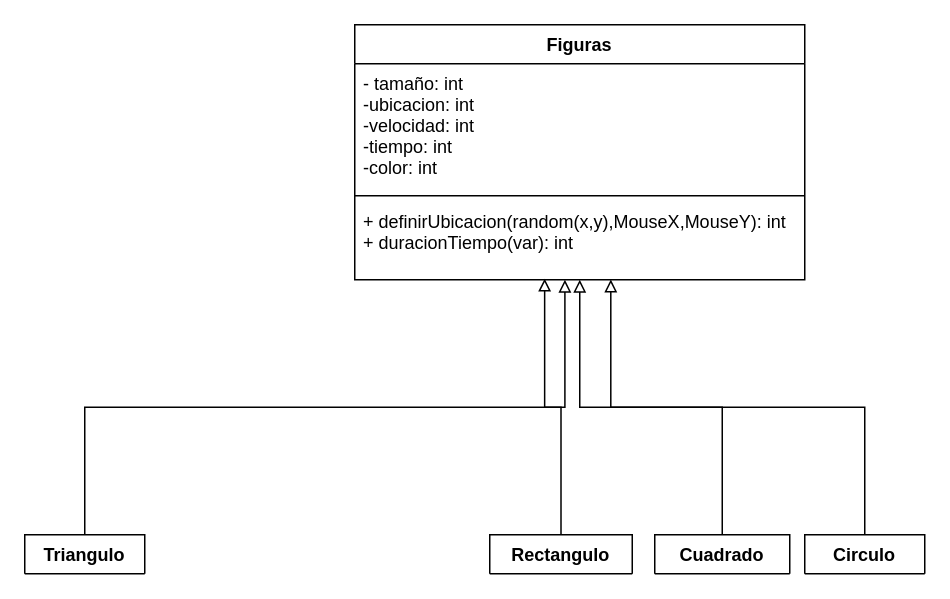
This is Untitled Diagram.drawio from 110318/Visual-Studio, a draw.io file, before an edit. Source tidied: cells renumbered, new cells numbered last; positions are measured from the earlier drawing's top-left corner, leaving out a move shared by most shapes. Both pictures are drawn from the tidied source at 150%, with x=0, y=0 at pixel (24, 24).
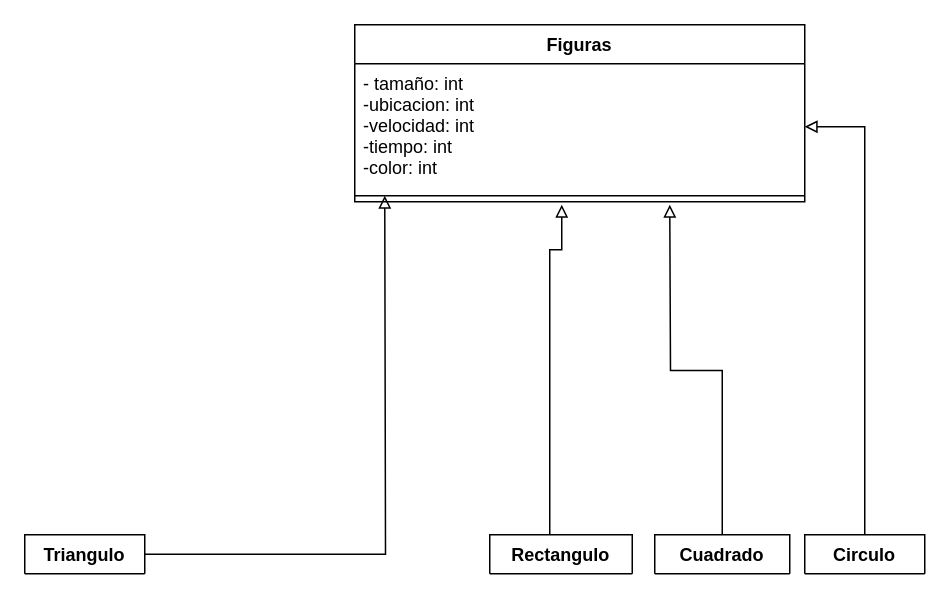
The same page after the edit.

Commit message:
UML Taller 2021-2

Diff of the diagram source:
```diff
@@
 <mxGraphModel>
   <root>
     <mxCell id="0" />
     <mxCell id="1" parent="0" />
     <mxCell id="2" value="Figuras" style="swimlane;fontStyle=1;align=center;verticalAlign=top;horizontal=1;startSize=26;" parent="1" vertex="1">
-      <mxGeometry x="220" width="300" height="170" as="geometry" />
+      <mxGeometry x="220" width="300" height="118" as="geometry" />
     </mxCell>
     <mxCell id="3" value="- tamaño: int&#10;-ubicacion: int&#10;-velocidad: int&#10;-tiempo: int&#10;-color: int " style="text;strokeColor=none;fillColor=none;align=left;verticalAlign=top;spacingLeft=4;spacingRight=4;overflow=hidden;points=[[0,0.5],[1,0.5]];portConstraint=eastwest;" parent="2" vertex="1">
       <mxGeometry y="26" width="300" height="84" as="geometry" />
     </mxCell>
     <mxCell id="4" style="line;strokeWidth=1;fillColor=none;align=left;verticalAlign=middle;spacingTop=-1;spacingLeft=3;spacingRight=3;labelPosition=right;" parent="2" vertex="1">
       <mxGeometry y="110" width="300" height="8" as="geometry" />
     </mxCell>
-    <mxCell id="5" value="+ definirUbicacion(random(x,y),MouseX,MouseY): int&#10;+ duracionTiempo(var): int&#10;" style="text;strokeColor=none;fillColor=none;align=left;verticalAlign=top;spacingLeft=4;spacingRight=4;overflow=hidden;points=[[0,0.5],[1,0.5]];portConstraint=eastwest;" parent="2" vertex="1">
-      <mxGeometry y="118" width="300" height="52" as="geometry" />
-    </mxCell>
-    <mxCell id="6" style="edgeStyle=orthogonalEdgeStyle;rounded=0;jettySize=auto;html=1;entryX=0.569;entryY=0.997;entryDx=0;entryDy=0;entryPerimeter=0;endArrow=block;endFill=0;" parent="1" edge="1" source="7" target="5">
-      <mxGeometry relative="1" as="geometry" />
-    </mxCell>
+    <mxCell id="14" style="edgeStyle=orthogonalEdgeStyle;rounded=0;jettySize=auto;html=1;endArrow=block;endFill=0;" parent="1" edge="1" source="7" target="3">
+      <mxGeometry relative="1" as="geometry" />
+    </mxCell>
     <mxCell id="7" value="Circulo" style="swimlane;fontStyle=1;align=center;verticalAlign=top;horizontal=1;startSize=26;" parent="1" vertex="1" collapsed="1">
       <mxGeometry x="520" y="340" width="80" height="26" as="geometry" />
     </mxCell>
-    <mxCell id="8" style="edgeStyle=orthogonalEdgeStyle;rounded=0;jettySize=auto;html=1;entryX=0.5;entryY=1;entryDx=0;entryDy=0;entryPerimeter=0;endArrow=block;endFill=0;" parent="1" edge="1" source="9" target="5">
-      <mxGeometry relative="1" as="geometry" />
-    </mxCell>
+    <mxCell id="15" style="edgeStyle=orthogonalEdgeStyle;rounded=0;jettySize=auto;html=1;endArrow=block;endFill=0;" parent="1" edge="1" source="9">
+      <mxGeometry relative="1" as="geometry">
+        <mxPoint x="430" y="120" as="targetPoint" />
+      </mxGeometry>
+    </mxCell>
     <mxCell id="9" value="Cuadrado" style="swimlane;fontStyle=1;align=center;verticalAlign=top;horizontal=1;startSize=26;" parent="1" vertex="1" collapsed="1">
       <mxGeometry x="420" y="340" width="90" height="26" as="geometry" />
     </mxCell>
-    <mxCell id="10" style="edgeStyle=orthogonalEdgeStyle;rounded=0;jettySize=auto;html=1;entryX=0.467;entryY=1;entryDx=0;entryDy=0;entryPerimeter=0;endArrow=block;endFill=0;" parent="1" edge="1" source="11" target="5">
-      <mxGeometry relative="1" as="geometry" />
+    <mxCell id="10" style="edgeStyle=orthogonalEdgeStyle;rounded=0;jettySize=auto;html=1;endArrow=block;endFill=0;" parent="1" edge="1" source="11">
+      <mxGeometry relative="1" as="geometry">
+        <mxPoint x="240" y="114" as="targetPoint" />
+      </mxGeometry>
     </mxCell>
     <mxCell id="11" value="Triangulo" style="swimlane;fontStyle=1;align=center;verticalAlign=top;horizontal=1;startSize=26;" parent="1" vertex="1" collapsed="1">
       <mxGeometry y="340" width="80" height="26" as="geometry" />
     </mxCell>
-    <mxCell id="12" style="edgeStyle=orthogonalEdgeStyle;rounded=0;jettySize=auto;html=1;entryX=0.422;entryY=0.986;entryDx=0;entryDy=0;entryPerimeter=0;endArrow=block;endFill=0;" parent="1" edge="1" source="13" target="5">
-      <mxGeometry relative="1" as="geometry" />
+    <mxCell id="12" style="edgeStyle=orthogonalEdgeStyle;rounded=0;jettySize=auto;html=1;endArrow=block;endFill=0;" parent="1" edge="1" source="13">
+      <mxGeometry relative="1" as="geometry">
+        <mxPoint x="358" y="120" as="targetPoint" />
+        <Array as="points">
+          <mxPoint x="350" y="150" />
+          <mxPoint x="358" y="150" />
+        </Array>
+      </mxGeometry>
     </mxCell>
     <mxCell id="13" value="Rectangulo" style="swimlane;fontStyle=1;align=center;verticalAlign=top;horizontal=1;startSize=26;" parent="1" vertex="1" collapsed="1">
       <mxGeometry x="310" y="340" width="95" height="26" as="geometry" />
     </mxCell>
   </root>
 </mxGraphModel>
```
